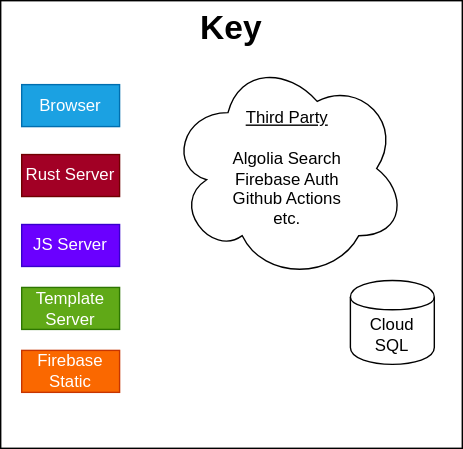
The draw.io diagram documentation/src/engineering/key.drawio.svg in ji-devs/ji-cloud, before a commit. Source tidied: cells renumbered, new cells last; positions are measured from the earlier drawing's top-left corner, leaving out a move shared by most shapes. Source of this version:
```xml
<mxGraphModel>
  <root>
    <mxCell id="0" />
    <mxCell id="1" parent="0" />
    <mxCell id="2" style="rounded=0;whiteSpace=wrap;html=1;" parent="1" vertex="1">
      <mxGeometry width="330" height="320" as="geometry" />
    </mxCell>
    <mxCell id="3" value="&lt;font style=&quot;font-size: 24px&quot;&gt;&lt;b&gt;Key&lt;/b&gt;&lt;/font&gt;" style="text;html=1;strokeColor=none;fillColor=none;align=center;verticalAlign=middle;whiteSpace=wrap;rounded=0;" parent="1" vertex="1">
      <mxGeometry x="145" y="10" width="40" height="20" as="geometry" />
    </mxCell>
    <mxCell id="4" value="Browser" style="rounded=0;whiteSpace=wrap;html=1;fillColor=#1ba1e2;strokeColor=#006EAF;fontColor=#ffffff;" parent="1" vertex="1">
      <mxGeometry x="15" y="60" width="70" height="30" as="geometry" />
    </mxCell>
    <mxCell id="5" value="Rust Server" style="rounded=0;whiteSpace=wrap;html=1;fillColor=#a20025;strokeColor=#6F0000;fontColor=#ffffff;" parent="1" vertex="1">
      <mxGeometry x="15" y="110" width="70" height="30" as="geometry" />
    </mxCell>
    <mxCell id="6" value="JS Server" style="rounded=0;whiteSpace=wrap;html=1;fillColor=#6a00ff;strokeColor=#3700CC;fontColor=#ffffff;" parent="1" vertex="1">
      <mxGeometry x="15" y="160" width="70" height="30" as="geometry" />
    </mxCell>
    <mxCell id="7" value="&lt;font style=&quot;font-size: 12px&quot;&gt;&lt;u&gt;Third Party&lt;/u&gt;&lt;br&gt;&lt;br&gt;Algolia Search&lt;br&gt;Firebase Auth&lt;br&gt;Github Actions&lt;br&gt;etc.&lt;/font&gt;" style="ellipse;shape=cloud;whiteSpace=wrap;html=1;" parent="1" vertex="1">
      <mxGeometry x="120" y="40" width="170" height="160" as="geometry" />
    </mxCell>
    <mxCell id="8" value="Cloud SQL" style="shape=cylinder;whiteSpace=wrap;html=1;boundedLbl=1;backgroundOutline=1;" parent="1" vertex="1">
      <mxGeometry x="250" y="200" width="60" height="60" as="geometry" />
    </mxCell>
    <mxCell id="9" value="Template Server" style="rounded=0;whiteSpace=wrap;html=1;fillColor=#60a917;strokeColor=#2D7600;fontColor=#ffffff;" parent="1" vertex="1">
      <mxGeometry x="15" y="205" width="70" height="30" as="geometry" />
    </mxCell>
    <mxCell id="10" value="Firebase Static" style="rounded=0;whiteSpace=wrap;html=1;fillColor=#fa6800;strokeColor=#C73500;fontColor=#ffffff;" parent="1" vertex="1">
      <mxGeometry x="15" y="250" width="70" height="30" as="geometry" />
    </mxCell>
  </root>
</mxGraphModel>
```
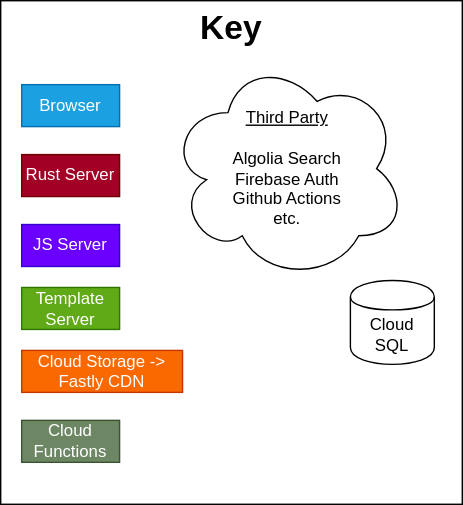
The same diagram one commit later.

The edit, as a diff of the source:
```diff
@@ -3,7 +3,7 @@
     <mxCell id="0" />
     <mxCell id="1" parent="0" />
     <mxCell id="2" style="rounded=0;whiteSpace=wrap;html=1;" parent="1" vertex="1">
-      <mxGeometry width="330" height="320" as="geometry" />
+      <mxGeometry width="330" height="360" as="geometry" />
     </mxCell>
     <mxCell id="3" value="&lt;font style=&quot;font-size: 24px&quot;&gt;&lt;b&gt;Key&lt;/b&gt;&lt;/font&gt;" style="text;html=1;strokeColor=none;fillColor=none;align=center;verticalAlign=middle;whiteSpace=wrap;rounded=0;" parent="1" vertex="1">
       <mxGeometry x="145" y="10" width="40" height="20" as="geometry" />
@@ -26,8 +26,11 @@
     <mxCell id="9" value="Template Server" style="rounded=0;whiteSpace=wrap;html=1;fillColor=#60a917;strokeColor=#2D7600;fontColor=#ffffff;" parent="1" vertex="1">
       <mxGeometry x="15" y="205" width="70" height="30" as="geometry" />
     </mxCell>
-    <mxCell id="10" value="Firebase Static" style="rounded=0;whiteSpace=wrap;html=1;fillColor=#fa6800;strokeColor=#C73500;fontColor=#ffffff;" parent="1" vertex="1">
-      <mxGeometry x="15" y="250" width="70" height="30" as="geometry" />
+    <mxCell id="10" value="Cloud Storage -&amp;gt; Fastly CDN" style="rounded=0;whiteSpace=wrap;html=1;fillColor=#fa6800;strokeColor=#C73500;fontColor=#ffffff;" parent="1" vertex="1">
+      <mxGeometry x="15" y="250" width="115" height="30" as="geometry" />
     </mxCell>
+    <mxCell id="11" value="Cloud Functions" style="rounded=0;whiteSpace=wrap;html=1;fillColor=#6d8764;strokeColor=#3A5431;fontColor=#ffffff;" parent="1" vertex="1">
+      <mxGeometry x="15" y="300" width="70" height="30" as="geometry" />
+    </mxCell>
   </root>
 </mxGraphModel>
```
